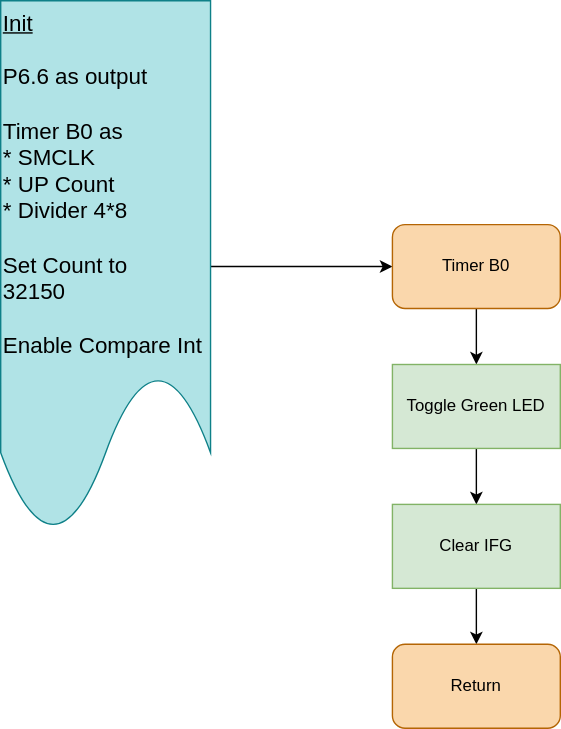
Earlier version of the draw.io export docs/assets/Proj1-flowchart-Timer-Interrupt-FC.svg (msu-eele-465/project1-lwgraham5678). Source tidied: cells renumbered, new cells last; positions are measured from the earlier drawing's top-left corner, leaving out a move shared by most shapes. Its diagram source:
```xml
<mxGraphModel>
  <root>
    <mxCell id="0" />
    <mxCell id="1" parent="0" />
    <mxCell id="2" style="edgeStyle=orthogonalEdgeStyle;rounded=0;jettySize=auto;html=1;" parent="1" edge="1" source="3" target="5">
      <mxGeometry relative="1" as="geometry" />
    </mxCell>
    <mxCell id="3" value="&lt;u style=&quot;&quot;&gt;&lt;font style=&quot;font-size: 16px;&quot;&gt;Init&lt;/font&gt;&lt;/u&gt;&lt;div&gt;&lt;u style=&quot;&quot;&gt;&lt;font style=&quot;font-size: 16px;&quot;&gt;&lt;br&gt;&lt;/font&gt;&lt;/u&gt;&lt;/div&gt;&lt;div&gt;&lt;span style=&quot;font-size: 16px;&quot;&gt;P6.6 as output&lt;/span&gt;&lt;/div&gt;&lt;div&gt;&lt;span style=&quot;font-size: 16px;&quot;&gt;&lt;br&gt;&lt;/span&gt;&lt;/div&gt;&lt;div&gt;&lt;span style=&quot;font-size: 16px;&quot;&gt;Timer B0 as&lt;/span&gt;&lt;/div&gt;&lt;div&gt;&lt;span style=&quot;font-size: 16px;&quot;&gt;* SMCLK&lt;/span&gt;&lt;/div&gt;&lt;div&gt;&lt;span style=&quot;font-size: 16px;&quot;&gt;* UP Count&lt;/span&gt;&lt;/div&gt;&lt;div&gt;&lt;span style=&quot;font-size: 16px;&quot;&gt;* Divider 4*8&lt;/span&gt;&lt;/div&gt;&lt;div&gt;&lt;span style=&quot;font-size: 16px;&quot;&gt;&lt;br&gt;&lt;/span&gt;&lt;/div&gt;&lt;div&gt;&lt;span style=&quot;font-size: 16px;&quot;&gt;Set Count to&lt;/span&gt;&lt;/div&gt;&lt;div&gt;&lt;span style=&quot;font-size: 16px;&quot;&gt;32150&lt;/span&gt;&lt;/div&gt;&lt;div&gt;&lt;span style=&quot;font-size: 16px;&quot;&gt;&lt;br&gt;&lt;/span&gt;&lt;/div&gt;&lt;div&gt;&lt;span style=&quot;font-size: 16px;&quot;&gt;Enable Compare Int&lt;/span&gt;&lt;/div&gt;" style="shape=document;whiteSpace=wrap;html=1;boundedLbl=1;fillColor=#b0e3e6;strokeColor=#0e8088;align=left;verticalAlign=top;" parent="1" vertex="1">
      <mxGeometry width="150" height="380" as="geometry" />
    </mxCell>
    <mxCell id="4" style="edgeStyle=orthogonalEdgeStyle;rounded=0;jettySize=auto;html=1;entryX=0.5;entryY=0;entryDx=0;entryDy=0;" parent="1" edge="1" source="5" target="7">
      <mxGeometry relative="1" as="geometry" />
    </mxCell>
    <mxCell id="5" value="Timer B0" style="rounded=1;whiteSpace=wrap;html=1;fillColor=#fad7ac;strokeColor=#b46504;" parent="1" vertex="1">
      <mxGeometry x="280" y="160" width="120" height="60" as="geometry" />
    </mxCell>
    <mxCell id="6" style="edgeStyle=orthogonalEdgeStyle;rounded=0;jettySize=auto;html=1;" parent="1" edge="1" source="7" target="9">
      <mxGeometry relative="1" as="geometry" />
    </mxCell>
    <mxCell id="7" value="Toggle Green LED" style="rounded=0;whiteSpace=wrap;html=1;fillColor=#d5e8d4;strokeColor=#82b366;" parent="1" vertex="1">
      <mxGeometry x="280" y="260" width="120" height="60" as="geometry" />
    </mxCell>
    <mxCell id="8" style="edgeStyle=orthogonalEdgeStyle;rounded=0;jettySize=auto;html=1;" parent="1" edge="1" source="9" target="10">
      <mxGeometry relative="1" as="geometry" />
    </mxCell>
    <mxCell id="9" value="Clear IFG" style="rounded=0;whiteSpace=wrap;html=1;fillColor=#d5e8d4;strokeColor=#82b366;" parent="1" vertex="1">
      <mxGeometry x="280" y="360" width="120" height="60" as="geometry" />
    </mxCell>
    <mxCell id="10" value="Return" style="rounded=1;whiteSpace=wrap;html=1;fillColor=#fad7ac;strokeColor=#b46504;" parent="1" vertex="1">
      <mxGeometry x="280" y="460" width="120" height="60" as="geometry" />
    </mxCell>
  </root>
</mxGraphModel>
```
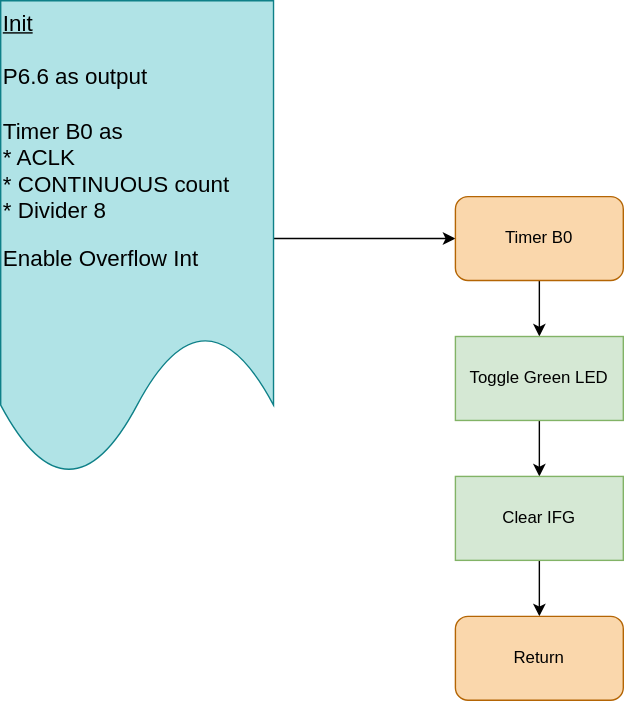
The same diagram one commit later.

What changed in the source:
```diff
@@ -5,8 +5,8 @@
     <mxCell id="2" style="edgeStyle=orthogonalEdgeStyle;rounded=0;jettySize=auto;html=1;" parent="1" edge="1" source="3" target="5">
       <mxGeometry relative="1" as="geometry" />
     </mxCell>
-    <mxCell id="3" value="&lt;u style=&quot;&quot;&gt;&lt;font style=&quot;font-size: 16px;&quot;&gt;Init&lt;/font&gt;&lt;/u&gt;&lt;div&gt;&lt;u style=&quot;&quot;&gt;&lt;font style=&quot;font-size: 16px;&quot;&gt;&lt;br&gt;&lt;/font&gt;&lt;/u&gt;&lt;/div&gt;&lt;div&gt;&lt;span style=&quot;font-size: 16px;&quot;&gt;P6.6 as output&lt;/span&gt;&lt;/div&gt;&lt;div&gt;&lt;span style=&quot;font-size: 16px;&quot;&gt;&lt;br&gt;&lt;/span&gt;&lt;/div&gt;&lt;div&gt;&lt;span style=&quot;font-size: 16px;&quot;&gt;Timer B0 as&lt;/span&gt;&lt;/div&gt;&lt;div&gt;&lt;span style=&quot;font-size: 16px;&quot;&gt;* SMCLK&lt;/span&gt;&lt;/div&gt;&lt;div&gt;&lt;span style=&quot;font-size: 16px;&quot;&gt;* UP Count&lt;/span&gt;&lt;/div&gt;&lt;div&gt;&lt;span style=&quot;font-size: 16px;&quot;&gt;* Divider 4*8&lt;/span&gt;&lt;/div&gt;&lt;div&gt;&lt;span style=&quot;font-size: 16px;&quot;&gt;&lt;br&gt;&lt;/span&gt;&lt;/div&gt;&lt;div&gt;&lt;span style=&quot;font-size: 16px;&quot;&gt;Set Count to&lt;/span&gt;&lt;/div&gt;&lt;div&gt;&lt;span style=&quot;font-size: 16px;&quot;&gt;32150&lt;/span&gt;&lt;/div&gt;&lt;div&gt;&lt;span style=&quot;font-size: 16px;&quot;&gt;&lt;br&gt;&lt;/span&gt;&lt;/div&gt;&lt;div&gt;&lt;span style=&quot;font-size: 16px;&quot;&gt;Enable Compare Int&lt;/span&gt;&lt;/div&gt;" style="shape=document;whiteSpace=wrap;html=1;boundedLbl=1;fillColor=#b0e3e6;strokeColor=#0e8088;align=left;verticalAlign=top;" parent="1" vertex="1">
-      <mxGeometry width="150" height="380" as="geometry" />
+    <mxCell id="3" value="&lt;u style=&quot;&quot;&gt;&lt;font style=&quot;font-size: 16px;&quot;&gt;Init&lt;/font&gt;&lt;/u&gt;&lt;div&gt;&lt;u style=&quot;&quot;&gt;&lt;font style=&quot;font-size: 16px;&quot;&gt;&lt;br&gt;&lt;/font&gt;&lt;/u&gt;&lt;/div&gt;&lt;div&gt;&lt;span style=&quot;font-size: 16px;&quot;&gt;P6.6 as output&lt;/span&gt;&lt;/div&gt;&lt;div&gt;&lt;span style=&quot;font-size: 16px;&quot;&gt;&lt;br&gt;&lt;/span&gt;&lt;/div&gt;&lt;div&gt;&lt;span style=&quot;font-size: 16px;&quot;&gt;Timer B0 as&lt;/span&gt;&lt;/div&gt;&lt;div&gt;&lt;span style=&quot;font-size: 16px;&quot;&gt;* ACLK&lt;/span&gt;&lt;/div&gt;&lt;div&gt;&lt;span style=&quot;font-size: 16px;&quot;&gt;* CONTINUOUS count&lt;/span&gt;&lt;/div&gt;&lt;div&gt;&lt;span style=&quot;font-size: 16px;&quot;&gt;* Divider 8&lt;/span&gt;&lt;/div&gt;&lt;div&gt;&lt;br&gt;&lt;/div&gt;&lt;div&gt;&lt;span style=&quot;font-size: 16px;&quot;&gt;Enable Overflow Int&lt;/span&gt;&lt;/div&gt;" style="shape=document;whiteSpace=wrap;html=1;boundedLbl=1;fillColor=#b0e3e6;strokeColor=#0e8088;align=left;verticalAlign=top;" parent="1" vertex="1">
+      <mxGeometry x="-45" y="20" width="195" height="340" as="geometry" />
     </mxCell>
     <mxCell id="4" style="edgeStyle=orthogonalEdgeStyle;rounded=0;jettySize=auto;html=1;entryX=0.5;entryY=0;entryDx=0;entryDy=0;" parent="1" edge="1" source="5" target="7">
       <mxGeometry relative="1" as="geometry" />
```
